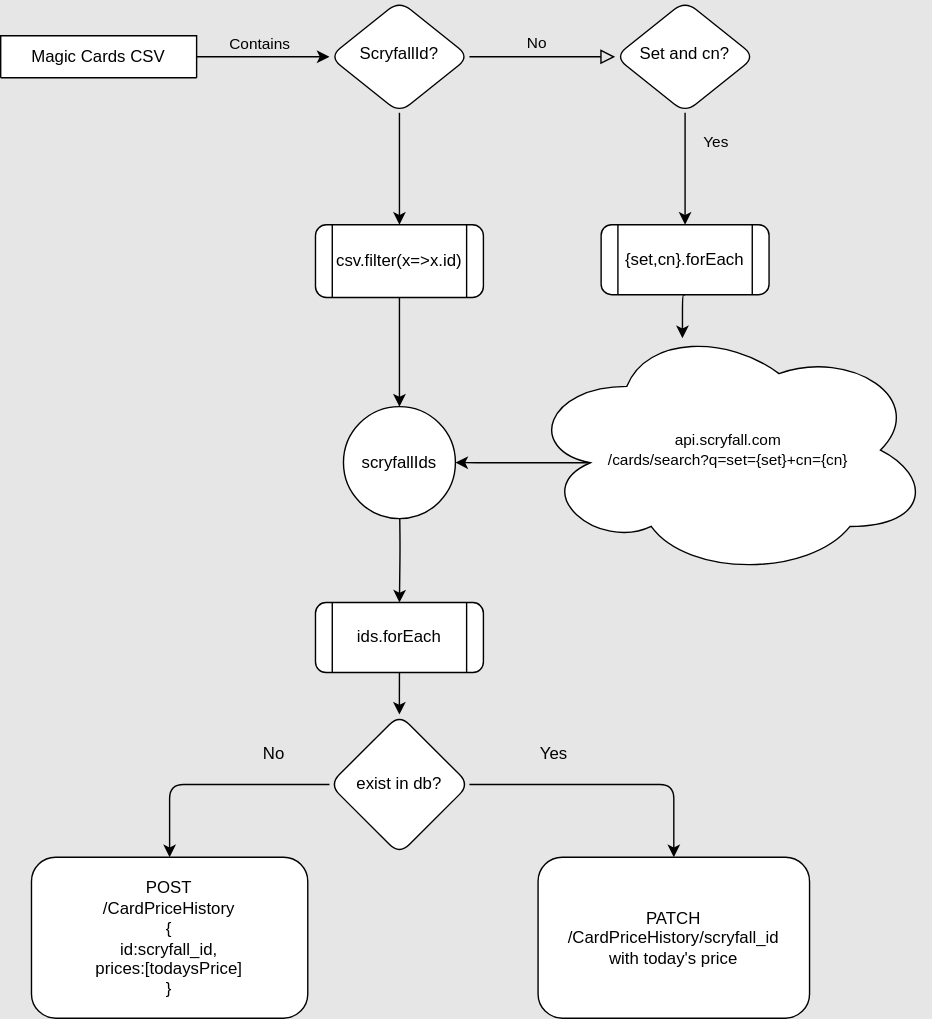
manbradcalf/mtg-react-cosmosdb keeps this draw.io diagram as server/Card Update Flow.drawio.svg. Above is the earlier version. Source tidied: cells renumbered, new cells last; positions are measured from the earlier drawing's top-left corner, leaving out a move shared by most shapes.
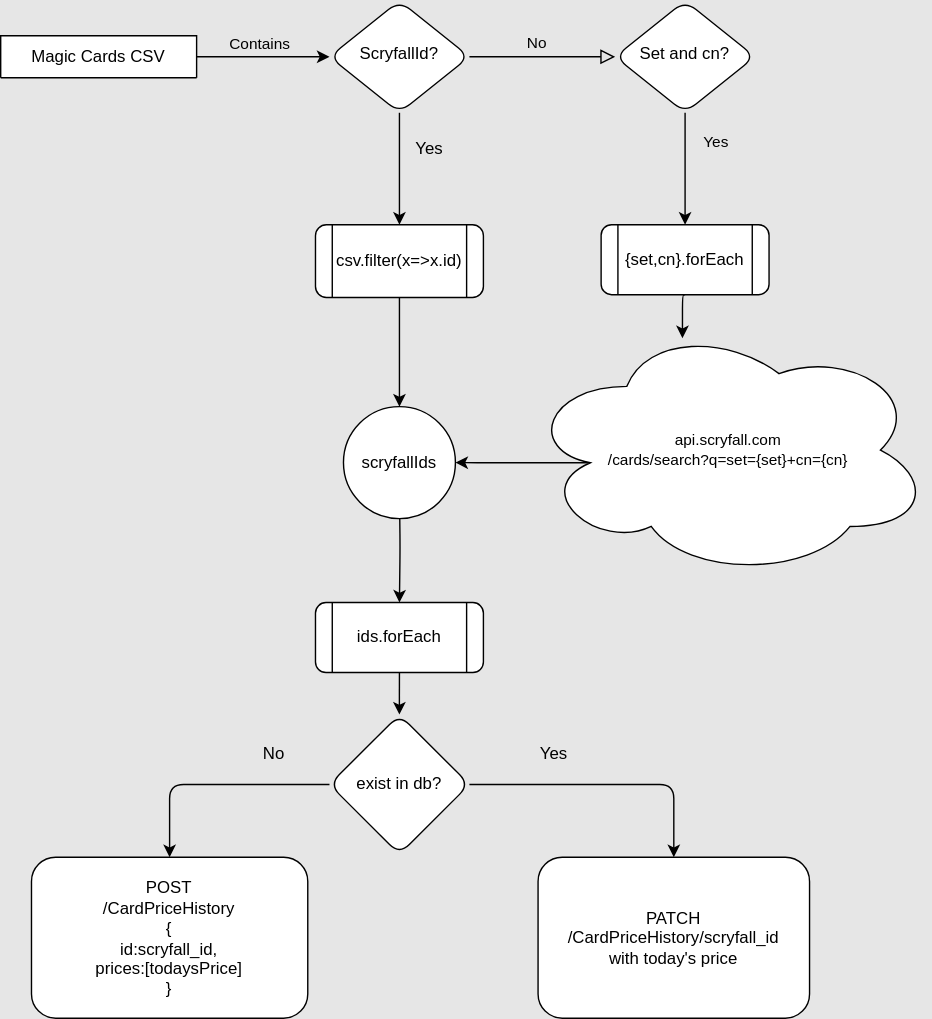
The same file after the commit.

Change to the diagram source:
```diff
@@ -88,5 +88,8 @@
     <mxCell id="27" value="scryfallIds" style="ellipse;whiteSpace=wrap;html=1;labelBackgroundColor=none;rounded=1;" parent="1" vertex="1">
       <mxGeometry x="244.9" y="290" width="80" height="80" as="geometry" />
     </mxCell>
+    <mxCell id="28" value="Yes" style="text;html=1;align=center;verticalAlign=middle;strokeColor=none;fillColor=none;" parent="1" vertex="1">
+      <mxGeometry x="286.9" y="93" width="38" height="26" as="geometry" />
+    </mxCell>
   </root>
 </mxGraphModel>
```
